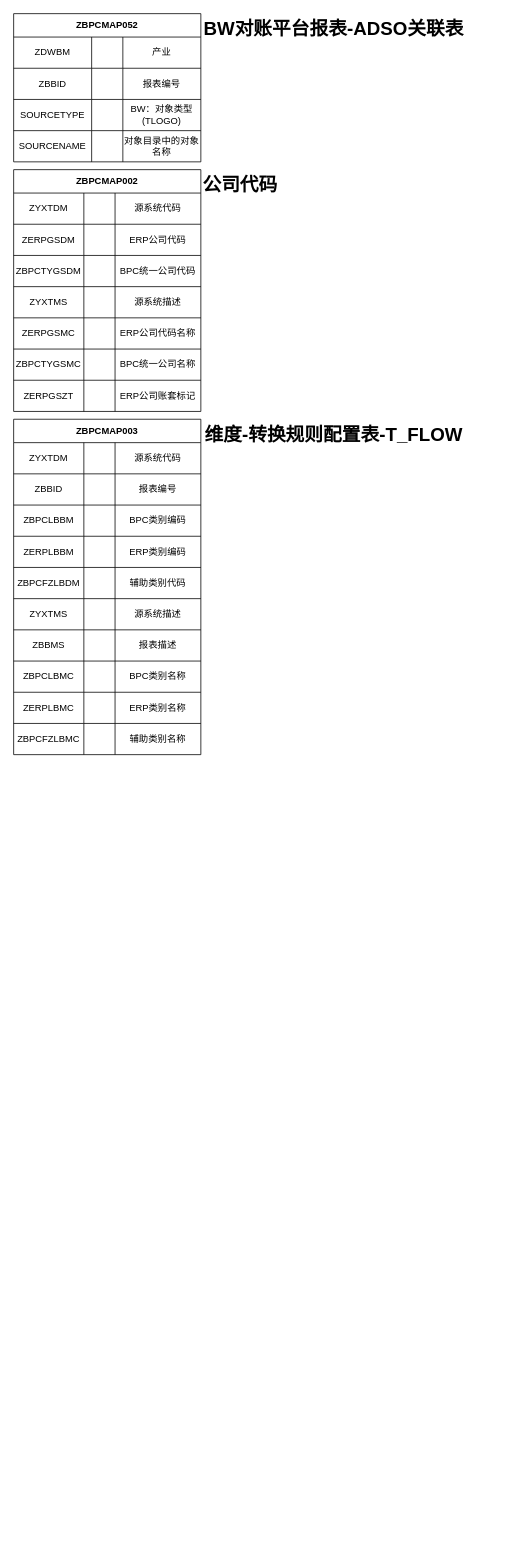
Before: page "第 1 页" (1 of 2) of zbpc049.drawio in jax-pzh/abap_test, a draw.io diagram. Source tidied: cells renumbered, new cells numbered last; positions are measured from the earlier drawing's top-left corner, leaving out a move shared by most shapes. Both pictures are drawn from the tidied source at 78%, with x=0, y=0 at pixel (13, 13).
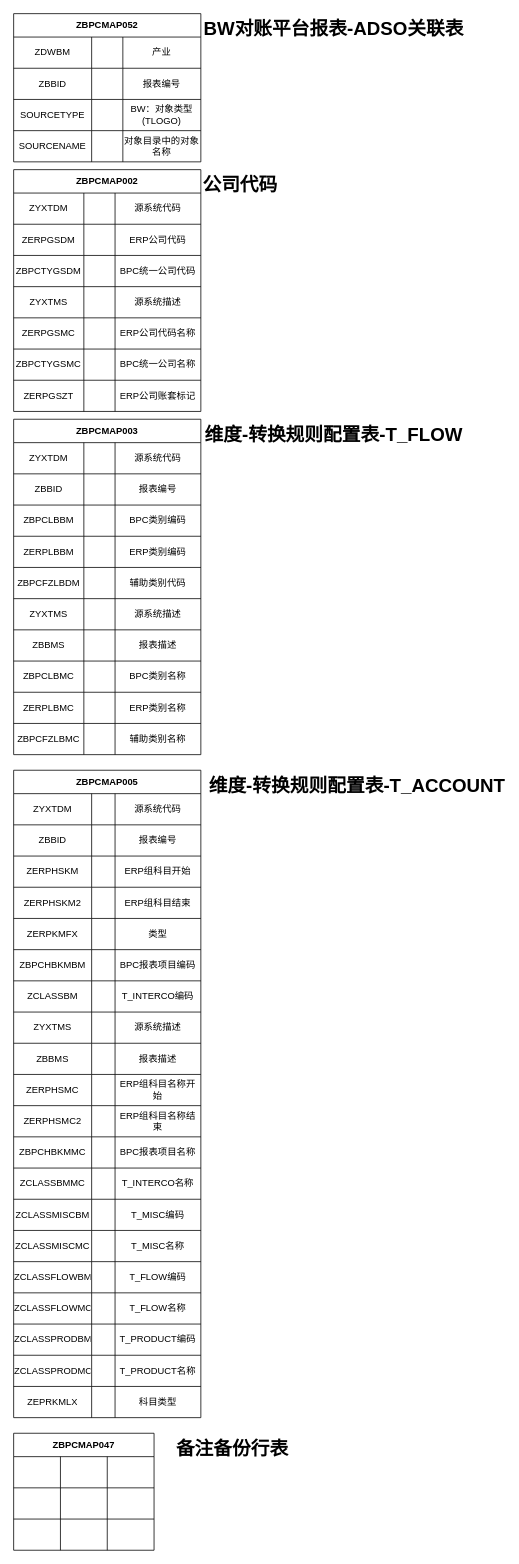
The same diagram, later.

Change to the diagram source:
```diff
@@
+    <mxCell id="92" value="ZBPCMAP005" style="shape=table;html=1;whiteSpace=wrap;startSize=30;childLayout=tableLayout;fontStyle=1;align=center;" parent="1" vertex="1">
+      <mxGeometry y="970" width="240" height="830" as="geometry" />
+    </mxCell>
+    <mxCell id="93" style="shape=partialRectangle;html=1;whiteSpace=wrap;fillColor=none;top=0;left=0;bottom=0;right=0;" parent="92" vertex="1">
+      <mxGeometry y="30" width="240" height="40" as="geometry" />
+    </mxCell>
+    <mxCell id="94" value="ZYXTDM" style="shape=partialRectangle;html=1;whiteSpace=wrap;fillColor=none;top=0;left=0;bottom=0;right=0;overflow=hidden;" parent="93" vertex="1">
+      <mxGeometry width="100" height="40" as="geometry" />
+    </mxCell>
+    <mxCell id="95" style="shape=partialRectangle;html=1;whiteSpace=wrap;fillColor=none;top=0;left=0;bottom=0;right=0;overflow=hidden;" parent="93" vertex="1">
+      <mxGeometry x="100" width="30" height="40" as="geometry" />
+    </mxCell>
+    <mxCell id="96" value="源系统代码" style="shape=partialRectangle;html=1;whiteSpace=wrap;fillColor=none;top=0;left=0;bottom=0;right=0;overflow=hidden;" parent="93" vertex="1">
+      <mxGeometry x="130" width="110" height="40" as="geometry" />
+    </mxCell>
+    <mxCell id="97" style="shape=partialRectangle;html=1;whiteSpace=wrap;fillColor=none;top=0;left=0;bottom=0;right=0;" parent="92" vertex="1">
+      <mxGeometry y="70" width="240" height="40" as="geometry" />
+    </mxCell>
+    <mxCell id="98" value="ZBBID" style="shape=partialRectangle;html=1;whiteSpace=wrap;fillColor=none;top=0;left=0;bottom=0;right=0;overflow=hidden;" parent="97" vertex="1">
+      <mxGeometry width="100" height="40" as="geometry" />
+    </mxCell>
+    <mxCell id="99" style="shape=partialRectangle;html=1;whiteSpace=wrap;fillColor=none;top=0;left=0;bottom=0;right=0;overflow=hidden;" parent="97" vertex="1">
+      <mxGeometry x="100" width="30" height="40" as="geometry" />
+    </mxCell>
+    <mxCell id="100" value="报表编号" style="shape=partialRectangle;html=1;whiteSpace=wrap;fillColor=none;top=0;left=0;bottom=0;right=0;overflow=hidden;" parent="97" vertex="1">
+      <mxGeometry x="130" width="110" height="40" as="geometry" />
+    </mxCell>
+    <mxCell id="101" style="shape=partialRectangle;html=1;whiteSpace=wrap;fillColor=none;top=0;left=0;bottom=0;right=0;" parent="92" vertex="1">
+      <mxGeometry y="110" width="240" height="40" as="geometry" />
+    </mxCell>
+    <mxCell id="102" value="ZERPHSKM" style="shape=partialRectangle;html=1;whiteSpace=wrap;fillColor=none;top=0;left=0;bottom=0;right=0;overflow=hidden;" parent="101" vertex="1">
+      <mxGeometry width="100" height="40" as="geometry" />
+    </mxCell>
+    <mxCell id="103" style="shape=partialRectangle;html=1;whiteSpace=wrap;fillColor=none;top=0;left=0;bottom=0;right=0;overflow=hidden;" parent="101" vertex="1">
+      <mxGeometry x="100" width="30" height="40" as="geometry" />
+    </mxCell>
+    <mxCell id="104" value="ERP组科目开始" style="shape=partialRectangle;html=1;whiteSpace=wrap;fillColor=none;top=0;left=0;bottom=0;right=0;overflow=hidden;" parent="101" vertex="1">
+      <mxGeometry x="130" width="110" height="40" as="geometry" />
+    </mxCell>
+    <mxCell id="105" style="shape=partialRectangle;html=1;whiteSpace=wrap;fillColor=none;top=0;left=0;bottom=0;right=0;" parent="92" vertex="1">
+      <mxGeometry y="150" width="240" height="40" as="geometry" />
+    </mxCell>
+    <mxCell id="106" value="ZERPHSKM2" style="shape=partialRectangle;html=1;whiteSpace=wrap;fillColor=none;top=0;left=0;bottom=0;right=0;overflow=hidden;" parent="105" vertex="1">
+      <mxGeometry width="100" height="40" as="geometry" />
+    </mxCell>
+    <mxCell id="107" style="shape=partialRectangle;html=1;whiteSpace=wrap;fillColor=none;top=0;left=0;bottom=0;right=0;overflow=hidden;" parent="105" vertex="1">
+      <mxGeometry x="100" width="30" height="40" as="geometry" />
+    </mxCell>
+    <mxCell id="108" value="ERP组科目结束" style="shape=partialRectangle;html=1;whiteSpace=wrap;fillColor=none;top=0;left=0;bottom=0;right=0;overflow=hidden;" parent="105" vertex="1">
+      <mxGeometry x="130" width="110" height="40" as="geometry" />
+    </mxCell>
+    <mxCell id="109" style="shape=partialRectangle;html=1;whiteSpace=wrap;fillColor=none;top=0;left=0;bottom=0;right=0;" parent="92" vertex="1">
+      <mxGeometry y="190" width="240" height="40" as="geometry" />
+    </mxCell>
+    <mxCell id="110" value="ZERPKMFX" style="shape=partialRectangle;html=1;whiteSpace=wrap;fillColor=none;top=0;left=0;bottom=0;right=0;overflow=hidden;" parent="109" vertex="1">
+      <mxGeometry width="100" height="40" as="geometry" />
+    </mxCell>
+    <mxCell id="111" style="shape=partialRectangle;html=1;whiteSpace=wrap;fillColor=none;top=0;left=0;bottom=0;right=0;overflow=hidden;" parent="109" vertex="1">
+      <mxGeometry x="100" width="30" height="40" as="geometry" />
+    </mxCell>
+    <mxCell id="112" value="类型" style="shape=partialRectangle;html=1;whiteSpace=wrap;fillColor=none;top=0;left=0;bottom=0;right=0;overflow=hidden;" parent="109" vertex="1">
+      <mxGeometry x="130" width="110" height="40" as="geometry" />
+    </mxCell>
+    <mxCell id="113" style="shape=partialRectangle;html=1;whiteSpace=wrap;fillColor=none;top=0;left=0;bottom=0;right=0;" parent="92" vertex="1">
+      <mxGeometry y="230" width="240" height="40" as="geometry" />
+    </mxCell>
+    <mxCell id="114" value="ZBPCHBKMBM" style="shape=partialRectangle;html=1;whiteSpace=wrap;fillColor=none;top=0;left=0;bottom=0;right=0;overflow=hidden;" parent="113" vertex="1">
+      <mxGeometry width="100" height="40" as="geometry" />
+    </mxCell>
+    <mxCell id="115" style="shape=partialRectangle;html=1;whiteSpace=wrap;fillColor=none;top=0;left=0;bottom=0;right=0;overflow=hidden;" parent="113" vertex="1">
+      <mxGeometry x="100" width="30" height="40" as="geometry" />
+    </mxCell>
+    <mxCell id="116" value="BPC报表项目编码" style="shape=partialRectangle;html=1;whiteSpace=wrap;fillColor=none;top=0;left=0;bottom=0;right=0;overflow=hidden;" parent="113" vertex="1">
+      <mxGeometry x="130" width="110" height="40" as="geometry" />
+    </mxCell>
+    <mxCell id="117" style="shape=partialRectangle;html=1;whiteSpace=wrap;fillColor=none;top=0;left=0;bottom=0;right=0;" parent="92" vertex="1">
+      <mxGeometry y="270" width="240" height="40" as="geometry" />
+    </mxCell>
+    <mxCell id="118" value="ZCLASSBM" style="shape=partialRectangle;html=1;whiteSpace=wrap;fillColor=none;top=0;left=0;bottom=0;right=0;overflow=hidden;" parent="117" vertex="1">
+      <mxGeometry width="100" height="40" as="geometry" />
+    </mxCell>
+    <mxCell id="119" style="shape=partialRectangle;html=1;whiteSpace=wrap;fillColor=none;top=0;left=0;bottom=0;right=0;overflow=hidden;" parent="117" vertex="1">
+      <mxGeometry x="100" width="30" height="40" as="geometry" />
+    </mxCell>
+    <mxCell id="120" value="T_INTERCO编码" style="shape=partialRectangle;html=1;whiteSpace=wrap;fillColor=none;top=0;left=0;bottom=0;right=0;overflow=hidden;" parent="117" vertex="1">
+      <mxGeometry x="130" width="110" height="40" as="geometry" />
+    </mxCell>
+    <mxCell id="121" style="shape=partialRectangle;html=1;whiteSpace=wrap;fillColor=none;top=0;left=0;bottom=0;right=0;" parent="92" vertex="1">
+      <mxGeometry y="310" width="240" height="40" as="geometry" />
+    </mxCell>
+    <mxCell id="122" value="ZYXTMS" style="shape=partialRectangle;html=1;whiteSpace=wrap;fillColor=none;top=0;left=0;bottom=0;right=0;overflow=hidden;" parent="121" vertex="1">
+      <mxGeometry width="100" height="40" as="geometry" />
+    </mxCell>
+    <mxCell id="123" style="shape=partialRectangle;html=1;whiteSpace=wrap;fillColor=none;top=0;left=0;bottom=0;right=0;overflow=hidden;" parent="121" vertex="1">
+      <mxGeometry x="100" width="30" height="40" as="geometry" />
+    </mxCell>
+    <mxCell id="124" value="源系统描述" style="shape=partialRectangle;html=1;whiteSpace=wrap;fillColor=none;top=0;left=0;bottom=0;right=0;overflow=hidden;" parent="121" vertex="1">
+      <mxGeometry x="130" width="110" height="40" as="geometry" />
+    </mxCell>
+    <mxCell id="125" style="shape=partialRectangle;html=1;whiteSpace=wrap;fillColor=none;top=0;left=0;bottom=0;right=0;" parent="92" vertex="1">
+      <mxGeometry y="350" width="240" height="40" as="geometry" />
+    </mxCell>
+    <mxCell id="126" value="ZBBMS" style="shape=partialRectangle;html=1;whiteSpace=wrap;fillColor=none;top=0;left=0;bottom=0;right=0;overflow=hidden;" parent="125" vertex="1">
+      <mxGeometry width="100" height="40" as="geometry" />
+    </mxCell>
+    <mxCell id="127" style="shape=partialRectangle;html=1;whiteSpace=wrap;fillColor=none;top=0;left=0;bottom=0;right=0;overflow=hidden;" parent="125" vertex="1">
+      <mxGeometry x="100" width="30" height="40" as="geometry" />
+    </mxCell>
+    <mxCell id="128" value="报表描述" style="shape=partialRectangle;html=1;whiteSpace=wrap;fillColor=none;top=0;left=0;bottom=0;right=0;overflow=hidden;" parent="125" vertex="1">
+      <mxGeometry x="130" width="110" height="40" as="geometry" />
+    </mxCell>
+    <mxCell id="129" style="shape=partialRectangle;html=1;whiteSpace=wrap;fillColor=none;top=0;left=0;bottom=0;right=0;" parent="92" vertex="1">
+      <mxGeometry y="390" width="240" height="40" as="geometry" />
+    </mxCell>
+    <mxCell id="130" value="ZERPHSMC" style="shape=partialRectangle;html=1;whiteSpace=wrap;fillColor=none;top=0;left=0;bottom=0;right=0;overflow=hidden;" parent="129" vertex="1">
+      <mxGeometry width="100" height="40" as="geometry" />
+    </mxCell>
+    <mxCell id="131" style="shape=partialRectangle;html=1;whiteSpace=wrap;fillColor=none;top=0;left=0;bottom=0;right=0;overflow=hidden;" parent="129" vertex="1">
+      <mxGeometry x="100" width="30" height="40" as="geometry" />
+    </mxCell>
+    <mxCell id="132" value="ERP组科目名称开始" style="shape=partialRectangle;html=1;whiteSpace=wrap;fillColor=none;top=0;left=0;bottom=0;right=0;overflow=hidden;" parent="129" vertex="1">
+      <mxGeometry x="130" width="110" height="40" as="geometry" />
+    </mxCell>
+    <mxCell id="133" style="shape=partialRectangle;html=1;whiteSpace=wrap;fillColor=none;top=0;left=0;bottom=0;right=0;" parent="92" vertex="1">
+      <mxGeometry y="430" width="240" height="40" as="geometry" />
+    </mxCell>
+    <mxCell id="134" value="ZERPHSMC2" style="shape=partialRectangle;html=1;whiteSpace=wrap;fillColor=none;top=0;left=0;bottom=0;right=0;overflow=hidden;" parent="133" vertex="1">
+      <mxGeometry width="100" height="40" as="geometry" />
+    </mxCell>
+    <mxCell id="135" style="shape=partialRectangle;html=1;whiteSpace=wrap;fillColor=none;top=0;left=0;bottom=0;right=0;overflow=hidden;" parent="133" vertex="1">
+      <mxGeometry x="100" width="30" height="40" as="geometry" />
+    </mxCell>
+    <mxCell id="136" value="ERP组科目名称结束" style="shape=partialRectangle;html=1;whiteSpace=wrap;fillColor=none;top=0;left=0;bottom=0;right=0;overflow=hidden;" parent="133" vertex="1">
+      <mxGeometry x="130" width="110" height="40" as="geometry" />
+    </mxCell>
+    <mxCell id="137" style="shape=partialRectangle;html=1;whiteSpace=wrap;fillColor=none;top=0;left=0;bottom=0;right=0;" parent="92" vertex="1">
+      <mxGeometry y="470" width="240" height="40" as="geometry" />
+    </mxCell>
+    <mxCell id="138" value="ZBPCHBKMMC" style="shape=partialRectangle;html=1;whiteSpace=wrap;fillColor=none;top=0;left=0;bottom=0;right=0;overflow=hidden;" parent="137" vertex="1">
+      <mxGeometry width="100" height="40" as="geometry" />
+    </mxCell>
+    <mxCell id="139" style="shape=partialRectangle;html=1;whiteSpace=wrap;fillColor=none;top=0;left=0;bottom=0;right=0;overflow=hidden;" parent="137" vertex="1">
+      <mxGeometry x="100" width="30" height="40" as="geometry" />
+    </mxCell>
+    <mxCell id="140" value="BPC报表项目名称" style="shape=partialRectangle;html=1;whiteSpace=wrap;fillColor=none;top=0;left=0;bottom=0;right=0;overflow=hidden;" parent="137" vertex="1">
+      <mxGeometry x="130" width="110" height="40" as="geometry" />
+    </mxCell>
+    <mxCell id="141" style="shape=partialRectangle;html=1;whiteSpace=wrap;fillColor=none;top=0;left=0;bottom=0;right=0;" parent="92" vertex="1">
+      <mxGeometry y="510" width="240" height="40" as="geometry" />
+    </mxCell>
+    <mxCell id="142" value="ZCLASSBMMC" style="shape=partialRectangle;html=1;whiteSpace=wrap;fillColor=none;top=0;left=0;bottom=0;right=0;overflow=hidden;" parent="141" vertex="1">
+      <mxGeometry width="100" height="40" as="geometry" />
+    </mxCell>
+    <mxCell id="143" style="shape=partialRectangle;html=1;whiteSpace=wrap;fillColor=none;top=0;left=0;bottom=0;right=0;overflow=hidden;" parent="141" vertex="1">
+      <mxGeometry x="100" width="30" height="40" as="geometry" />
+    </mxCell>
+    <mxCell id="144" value="T_INTERCO名称" style="shape=partialRectangle;html=1;whiteSpace=wrap;fillColor=none;top=0;left=0;bottom=0;right=0;overflow=hidden;" parent="141" vertex="1">
+      <mxGeometry x="130" width="110" height="40" as="geometry" />
+    </mxCell>
+    <mxCell id="145" style="shape=partialRectangle;html=1;whiteSpace=wrap;fillColor=none;top=0;left=0;bottom=0;right=0;" parent="92" vertex="1">
+      <mxGeometry y="550" width="240" height="40" as="geometry" />
+    </mxCell>
+    <mxCell id="146" value="ZCLASSMISCBM" style="shape=partialRectangle;html=1;whiteSpace=wrap;fillColor=none;top=0;left=0;bottom=0;right=0;overflow=hidden;" parent="145" vertex="1">
+      <mxGeometry width="100" height="40" as="geometry" />
+    </mxCell>
+    <mxCell id="147" style="shape=partialRectangle;html=1;whiteSpace=wrap;fillColor=none;top=0;left=0;bottom=0;right=0;overflow=hidden;" parent="145" vertex="1">
+      <mxGeometry x="100" width="30" height="40" as="geometry" />
+    </mxCell>
+    <mxCell id="148" value="T_MISC编码" style="shape=partialRectangle;html=1;whiteSpace=wrap;fillColor=none;top=0;left=0;bottom=0;right=0;overflow=hidden;" parent="145" vertex="1">
+      <mxGeometry x="130" width="110" height="40" as="geometry" />
+    </mxCell>
+    <mxCell id="149" style="shape=partialRectangle;html=1;whiteSpace=wrap;fillColor=none;top=0;left=0;bottom=0;right=0;" parent="92" vertex="1">
+      <mxGeometry y="590" width="240" height="40" as="geometry" />
+    </mxCell>
+    <mxCell id="150" value="ZCLASSMISCMC" style="shape=partialRectangle;html=1;whiteSpace=wrap;fillColor=none;top=0;left=0;bottom=0;right=0;overflow=hidden;" parent="149" vertex="1">
+      <mxGeometry width="100" height="40" as="geometry" />
+    </mxCell>
+    <mxCell id="151" style="shape=partialRectangle;html=1;whiteSpace=wrap;fillColor=none;top=0;left=0;bottom=0;right=0;overflow=hidden;" parent="149" vertex="1">
+      <mxGeometry x="100" width="30" height="40" as="geometry" />
+    </mxCell>
+    <mxCell id="152" value="T_MISC名称" style="shape=partialRectangle;html=1;whiteSpace=wrap;fillColor=none;top=0;left=0;bottom=0;right=0;overflow=hidden;" parent="149" vertex="1">
+      <mxGeometry x="130" width="110" height="40" as="geometry" />
+    </mxCell>
+    <mxCell id="153" style="shape=partialRectangle;html=1;whiteSpace=wrap;fillColor=none;top=0;left=0;bottom=0;right=0;" parent="92" vertex="1">
+      <mxGeometry y="630" width="240" height="40" as="geometry" />
+    </mxCell>
+    <mxCell id="154" value="ZCLASSFLOWBM" style="shape=partialRectangle;html=1;whiteSpace=wrap;fillColor=none;top=0;left=0;bottom=0;right=0;overflow=hidden;" parent="153" vertex="1">
+      <mxGeometry width="100" height="40" as="geometry" />
+    </mxCell>
+    <mxCell id="155" style="shape=partialRectangle;html=1;whiteSpace=wrap;fillColor=none;top=0;left=0;bottom=0;right=0;overflow=hidden;" parent="153" vertex="1">
+      <mxGeometry x="100" width="30" height="40" as="geometry" />
+    </mxCell>
+    <mxCell id="156" value="T_FLOW编码" style="shape=partialRectangle;html=1;whiteSpace=wrap;fillColor=none;top=0;left=0;bottom=0;right=0;overflow=hidden;" parent="153" vertex="1">
+      <mxGeometry x="130" width="110" height="40" as="geometry" />
+    </mxCell>
+    <mxCell id="157" style="shape=partialRectangle;html=1;whiteSpace=wrap;fillColor=none;top=0;left=0;bottom=0;right=0;" parent="92" vertex="1">
+      <mxGeometry y="670" width="240" height="40" as="geometry" />
+    </mxCell>
+    <mxCell id="158" value="ZCLASSFLOWMC" style="shape=partialRectangle;html=1;whiteSpace=wrap;fillColor=none;top=0;left=0;bottom=0;right=0;overflow=hidden;" parent="157" vertex="1">
+      <mxGeometry width="100" height="40" as="geometry" />
+    </mxCell>
+    <mxCell id="159" style="shape=partialRectangle;html=1;whiteSpace=wrap;fillColor=none;top=0;left=0;bottom=0;right=0;overflow=hidden;" parent="157" vertex="1">
+      <mxGeometry x="100" width="30" height="40" as="geometry" />
+    </mxCell>
+    <mxCell id="160" value="T_FLOW名称" style="shape=partialRectangle;html=1;whiteSpace=wrap;fillColor=none;top=0;left=0;bottom=0;right=0;overflow=hidden;" parent="157" vertex="1">
+      <mxGeometry x="130" width="110" height="40" as="geometry" />
+    </mxCell>
+    <mxCell id="161" style="shape=partialRectangle;html=1;whiteSpace=wrap;fillColor=none;top=0;left=0;bottom=0;right=0;" parent="92" vertex="1">
+      <mxGeometry y="710" width="240" height="40" as="geometry" />
+    </mxCell>
+    <mxCell id="162" value="ZCLASSPRODBM" style="shape=partialRectangle;html=1;whiteSpace=wrap;fillColor=none;top=0;left=0;bottom=0;right=0;overflow=hidden;" parent="161" vertex="1">
+      <mxGeometry width="100" height="40" as="geometry" />
+    </mxCell>
+    <mxCell id="163" style="shape=partialRectangle;html=1;whiteSpace=wrap;fillColor=none;top=0;left=0;bottom=0;right=0;overflow=hidden;" parent="161" vertex="1">
+      <mxGeometry x="100" width="30" height="40" as="geometry" />
+    </mxCell>
+    <mxCell id="164" value="T_PRODUCT编码" style="shape=partialRectangle;html=1;whiteSpace=wrap;fillColor=none;top=0;left=0;bottom=0;right=0;overflow=hidden;" parent="161" vertex="1">
+      <mxGeometry x="130" width="110" height="40" as="geometry" />
+    </mxCell>
+    <mxCell id="165" style="shape=partialRectangle;html=1;whiteSpace=wrap;fillColor=none;top=0;left=0;bottom=0;right=0;" parent="92" vertex="1">
+      <mxGeometry y="750" width="240" height="40" as="geometry" />
+    </mxCell>
+    <mxCell id="166" value="ZCLASSPRODMC" style="shape=partialRectangle;html=1;whiteSpace=wrap;fillColor=none;top=0;left=0;bottom=0;right=0;overflow=hidden;" parent="165" vertex="1">
+      <mxGeometry width="100" height="40" as="geometry" />
+    </mxCell>
+    <mxCell id="167" style="shape=partialRectangle;html=1;whiteSpace=wrap;fillColor=none;top=0;left=0;bottom=0;right=0;overflow=hidden;" parent="165" vertex="1">
+      <mxGeometry x="100" width="30" height="40" as="geometry" />
+    </mxCell>
+    <mxCell id="168" value="T_PRODUCT名称" style="shape=partialRectangle;html=1;whiteSpace=wrap;fillColor=none;top=0;left=0;bottom=0;right=0;overflow=hidden;" parent="165" vertex="1">
+      <mxGeometry x="130" width="110" height="40" as="geometry" />
+    </mxCell>
+    <mxCell id="169" style="shape=partialRectangle;html=1;whiteSpace=wrap;fillColor=none;top=0;left=0;bottom=0;right=0;" parent="92" vertex="1">
+      <mxGeometry y="790" width="240" height="40" as="geometry" />
+    </mxCell>
+    <mxCell id="170" value="ZEPRKMLX" style="shape=partialRectangle;html=1;whiteSpace=wrap;fillColor=none;top=0;left=0;bottom=0;right=0;overflow=hidden;" parent="169" vertex="1">
+      <mxGeometry width="100" height="40" as="geometry" />
+    </mxCell>
+    <mxCell id="171" style="shape=partialRectangle;html=1;whiteSpace=wrap;fillColor=none;top=0;left=0;bottom=0;right=0;overflow=hidden;" parent="169" vertex="1">
+      <mxGeometry x="100" width="30" height="40" as="geometry" />
+    </mxCell>
+    <mxCell id="172" value="科目类型" style="shape=partialRectangle;html=1;whiteSpace=wrap;fillColor=none;top=0;left=0;bottom=0;right=0;overflow=hidden;" parent="169" vertex="1">
+      <mxGeometry x="130" width="110" height="40" as="geometry" />
+    </mxCell>
+    <mxCell id="173" value="维度-转换规则配置表-T_ACCOUNT" style="text;strokeColor=none;fillColor=none;html=1;fontSize=24;fontStyle=1;verticalAlign=middle;align=center;" parent="1" vertex="1">
+      <mxGeometry x="390" y="970" width="100" height="40" as="geometry" />
+    </mxCell>
+    <mxCell id="174" value="ZBPCMAP047" style="shape=table;html=1;whiteSpace=wrap;startSize=30;childLayout=tableLayout;fontStyle=1;align=center;" parent="1" vertex="1">
+      <mxGeometry y="1820" width="180" height="150" as="geometry" />
+    </mxCell>
+    <mxCell id="175" style="shape=partialRectangle;html=1;whiteSpace=wrap;fillColor=none;top=0;left=0;bottom=0;right=0;" parent="174" vertex="1">
+      <mxGeometry y="30" width="180" height="40" as="geometry" />
+    </mxCell>
+    <mxCell id="176" style="shape=partialRectangle;html=1;whiteSpace=wrap;fillColor=none;top=0;left=0;bottom=0;right=0;overflow=hidden;" parent="175" vertex="1">
+      <mxGeometry width="60" height="40" as="geometry" />
+    </mxCell>
+    <mxCell id="177" style="shape=partialRectangle;html=1;whiteSpace=wrap;fillColor=none;top=0;left=0;bottom=0;right=0;overflow=hidden;" parent="175" vertex="1">
+      <mxGeometry x="60" width="60" height="40" as="geometry" />
+    </mxCell>
+    <mxCell id="178" style="shape=partialRectangle;html=1;whiteSpace=wrap;fillColor=none;top=0;left=0;bottom=0;right=0;overflow=hidden;" parent="175" vertex="1">
+      <mxGeometry x="120" width="60" height="40" as="geometry" />
+    </mxCell>
+    <mxCell id="179" style="shape=partialRectangle;html=1;whiteSpace=wrap;fillColor=none;top=0;left=0;bottom=0;right=0;" parent="174" vertex="1">
+      <mxGeometry y="70" width="180" height="40" as="geometry" />
+    </mxCell>
+    <mxCell id="180" style="shape=partialRectangle;html=1;whiteSpace=wrap;fillColor=none;top=0;left=0;bottom=0;right=0;overflow=hidden;" parent="179" vertex="1">
+      <mxGeometry width="60" height="40" as="geometry" />
+    </mxCell>
+    <mxCell id="181" style="shape=partialRectangle;html=1;whiteSpace=wrap;fillColor=none;top=0;left=0;bottom=0;right=0;overflow=hidden;" parent="179" vertex="1">
+      <mxGeometry x="60" width="60" height="40" as="geometry" />
+    </mxCell>
+    <mxCell id="182" style="shape=partialRectangle;html=1;whiteSpace=wrap;fillColor=none;top=0;left=0;bottom=0;right=0;overflow=hidden;" parent="179" vertex="1">
+      <mxGeometry x="120" width="60" height="40" as="geometry" />
+    </mxCell>
+    <mxCell id="183" style="shape=partialRectangle;html=1;whiteSpace=wrap;fillColor=none;top=0;left=0;bottom=0;right=0;" parent="174" vertex="1">
+      <mxGeometry y="110" width="180" height="40" as="geometry" />
+    </mxCell>
+    <mxCell id="184" style="shape=partialRectangle;html=1;whiteSpace=wrap;fillColor=none;top=0;left=0;bottom=0;right=0;overflow=hidden;" parent="183" vertex="1">
+      <mxGeometry width="60" height="40" as="geometry" />
+    </mxCell>
+    <mxCell id="185" style="shape=partialRectangle;html=1;whiteSpace=wrap;fillColor=none;top=0;left=0;bottom=0;right=0;overflow=hidden;" parent="183" vertex="1">
+      <mxGeometry x="60" width="60" height="40" as="geometry" />
+    </mxCell>
+    <mxCell id="186" style="shape=partialRectangle;html=1;whiteSpace=wrap;fillColor=none;top=0;left=0;bottom=0;right=0;overflow=hidden;" parent="183" vertex="1">
+      <mxGeometry x="120" width="60" height="40" as="geometry" />
+    </mxCell>
+    <mxCell id="187" value="备注备份行表" style="text;strokeColor=none;fillColor=none;html=1;fontSize=24;fontStyle=1;verticalAlign=middle;align=center;" parent="1" vertex="1">
+      <mxGeometry x="230" y="1820" width="100" height="40" as="geometry" />
+    </mxCell>
```
